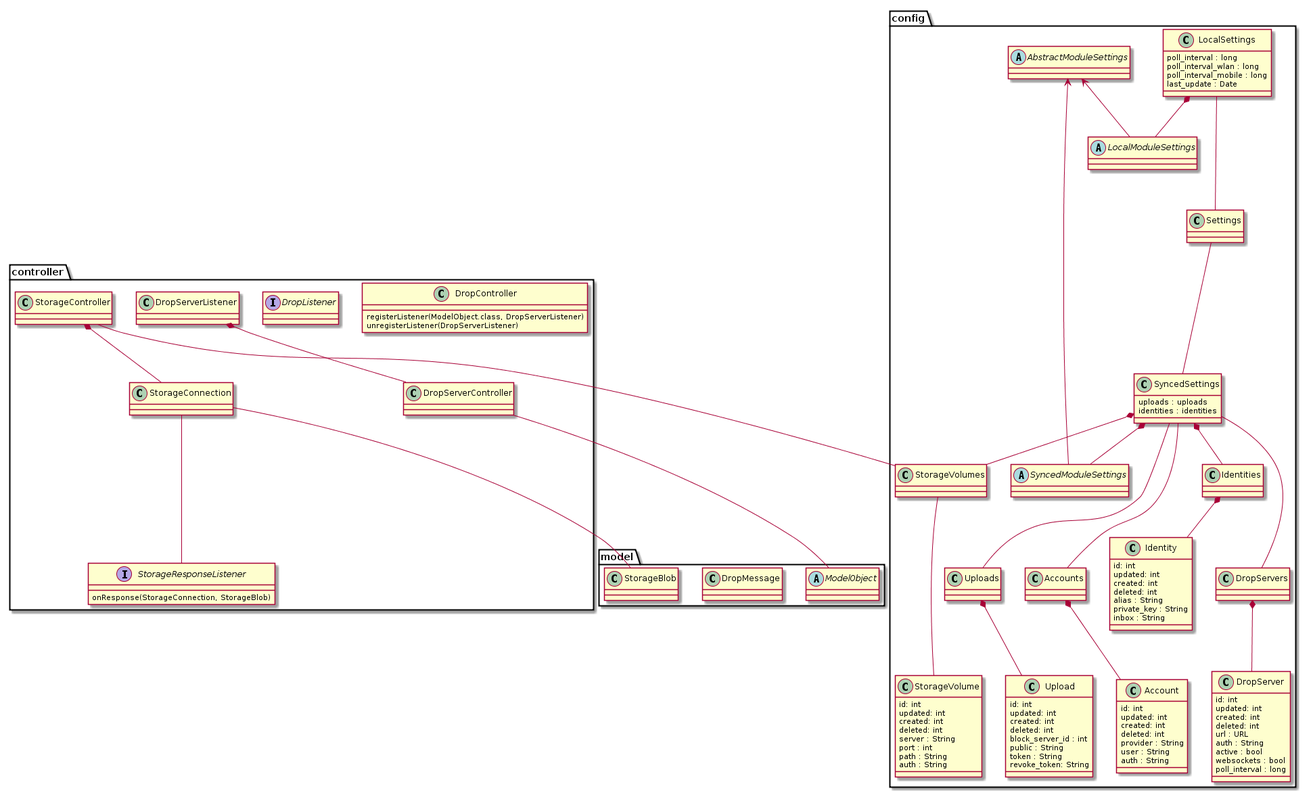
Before: images/classdiagram_overview.png, a diagram exported from PlantUML (Qabel/qabel.github.io). Source of this version:
```plantuml
@startuml
package config {
	class Settings {

	}
	Settings --- SyncedSettings
	LocalSettings --- Settings
	abstract AbstractModuleSettings {

	}
	abstract LocalModuleSettings {

	}
	abstract SyncedModuleSettings {

	}

	class LocalSettings {
		poll_interval : long
		poll_interval_wlan : long
		poll_interval_mobile : long
		last_update : Date
	}
	class SyncedSettings {
		uploads : uploads
		identities : identities
	}

	LocalSettings *-- LocalModuleSettings
	SyncedSettings *-- SyncedModuleSettings
	AbstractModuleSettings <-- LocalModuleSettings
	AbstractModuleSettings <-- SyncedModuleSettings


	class Account {
		id: int
		updated: int
		created: int
		deleted: int
		provider : String
		user : String
		auth : String
	}
	class Accounts {
	}
	Accounts *-- Account
	SyncedSettings --- Accounts

	class DropServer {
		id: int
		updated: int
		created: int
		deleted: int
		url : URL
		auth : String
		active : bool
		websockets : bool
		poll_interval : long
	}
	DropServers *-- DropServer
	SyncedSettings --- DropServers

	class StorageVolume {
		id: int
		updated: int
		created: int
		deleted: int
		server : String
		port : int
		path : String
		auth : String
	}
	class StorageVolumes {

	}
	StorageVolumes --- StorageVolume
	SyncedSettings *-- StorageVolumes

	class Upload {
		id: int
		updated: int
		created: int
		deleted: int
		block_server_id : int
		public : String
		token : String
		revoke_token: String
	}
	Class Uploads {

	}
	Uploads *-- Upload
	SyncedSettings --- Uploads

	class Identity {
		id: int
		updated: int
		created: int
		deleted: int
		alias : String
		private_key : String
		inbox : String
	}
	class Identities {

	}
	Identities *-- Identity
	SyncedSettings *-- Identities
}
package model {
	abstract ModelObject {

	}

	class DropMessage {

	}

	class StorageBlob {

	}
}
package controller {
	class DropController {
		registerListener(ModelObject.class, DropServerListener)
		unregisterListener(DropServerListener)
	}
	DropServerController --- ModelObject
	interface DropListener {

	}
	DropServerListener *-- DropServerController
	StorageController --- StorageVolumes
	class StorageController {

	}
	class StorageConnection {

	}
	interface StorageResponseListener {
		onResponse(StorageConnection, StorageBlob)
	}
	StorageConnection --- StorageResponseListener
	StorageController *-- StorageConnection
	StorageBlob --- StorageConnection
}
@enduml
```
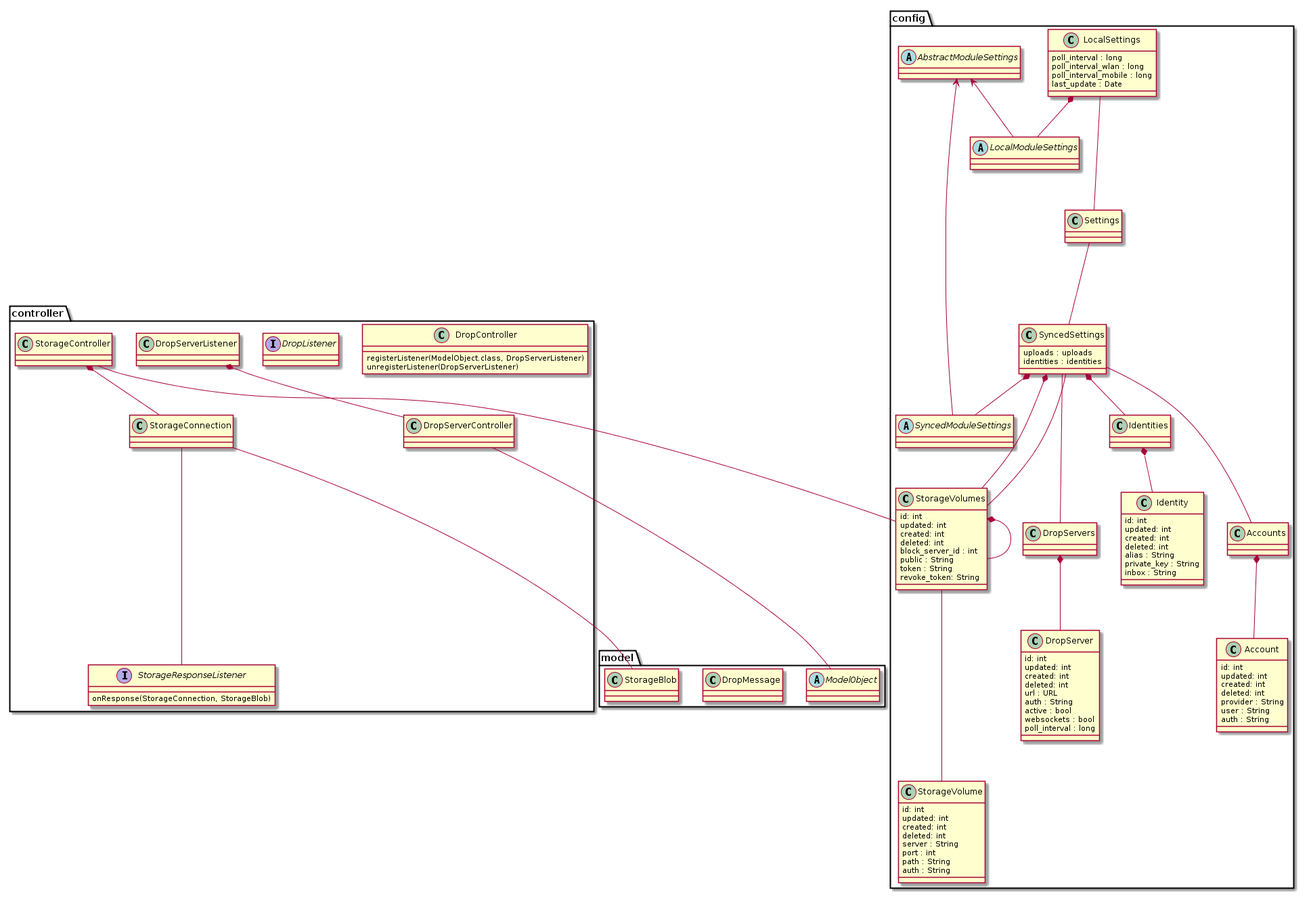
Later version of the same file.

Commit message:
recreate classdiagram

Diff of the diagram source:
```diff
@@ -31,7 +31,6 @@
 	AbstractModuleSettings <-- LocalModuleSettings
 	AbstractModuleSettings <-- SyncedModuleSettings
 
-
 	class Account {
 		id: int
 		updated: int
@@ -42,6 +41,7 @@
 		auth : String
 	}
 	class Accounts {
+
 	}
 	Accounts *-- Account
 	SyncedSettings --- Accounts
@@ -76,7 +76,7 @@
 	StorageVolumes --- StorageVolume
 	SyncedSettings *-- StorageVolumes
 
-	class Upload {
+	class StorageVolumes {
 		id: int
 		updated: int
 		created: int
@@ -86,11 +86,11 @@
 		token : String
 		revoke_token: String
 	}
-	Class Uploads {
+	Class StorageVolumes {
 
 	}
-	Uploads *-- Upload
-	SyncedSettings --- Uploads
+	StorageVolumes *-- StorageVolumes
+	SyncedSettings --- StorageVolumes
 
 	class Identity {
 		id: int
```
